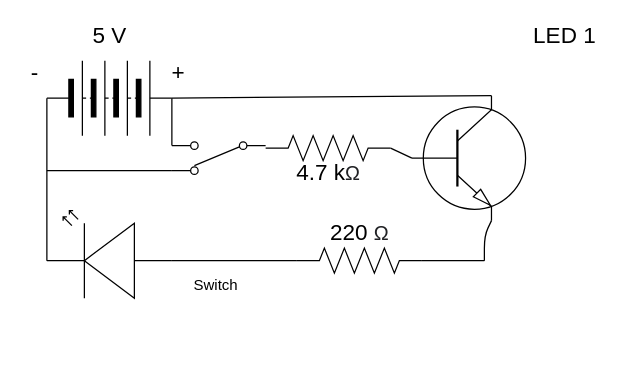
The draw.io diagram Unit 4-06/Sketch.drawio in Emmanuel-Garcia-Maltes/Unit-4, before the edit. Source tidied: cells renumbered, new cells numbered last; positions are measured from the earlier drawing's top-left corner, leaving out a move shared by most shapes. Both pictures are drawn from the tidied source at 125%, with x=0, y=0 at pixel (21, 22).
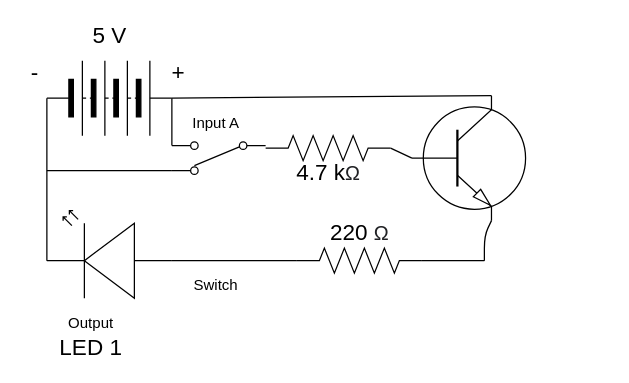
After the change.

The edit, as a diff of the source:
```diff
@@
     <mxCell id="14" value="&lt;font style=&quot;font-size: 18px&quot;&gt;LED 1&lt;/font&gt;" style="text;html=1;align=center;verticalAlign=middle;fillColor=none;strokeColor=none;rounded=0;fontFamily=Helvetica;fontSize=11;fontColor=default;" parent="1" vertex="1">
-      <mxGeometry x="399" width="70" height="20" as="geometry" />
+      <mxGeometry x="20" y="250" width="70" height="20" as="geometry" />
     </mxCell>
@@
+    <mxCell id="23" value="Input A" style="text;html=1;align=center;verticalAlign=middle;fillColor=none;strokeColor=none;rounded=0;" parent="1" vertex="1">
+      <mxGeometry x="130" y="70" width="50" height="20" as="geometry" />
+    </mxCell>
+    <mxCell id="24" value="Output&lt;br&gt;" style="text;html=1;align=center;verticalAlign=middle;fillColor=none;strokeColor=none;rounded=0;" parent="1" vertex="1">
+      <mxGeometry x="30" y="230" width="50" height="20" as="geometry" />
+    </mxCell>
```
